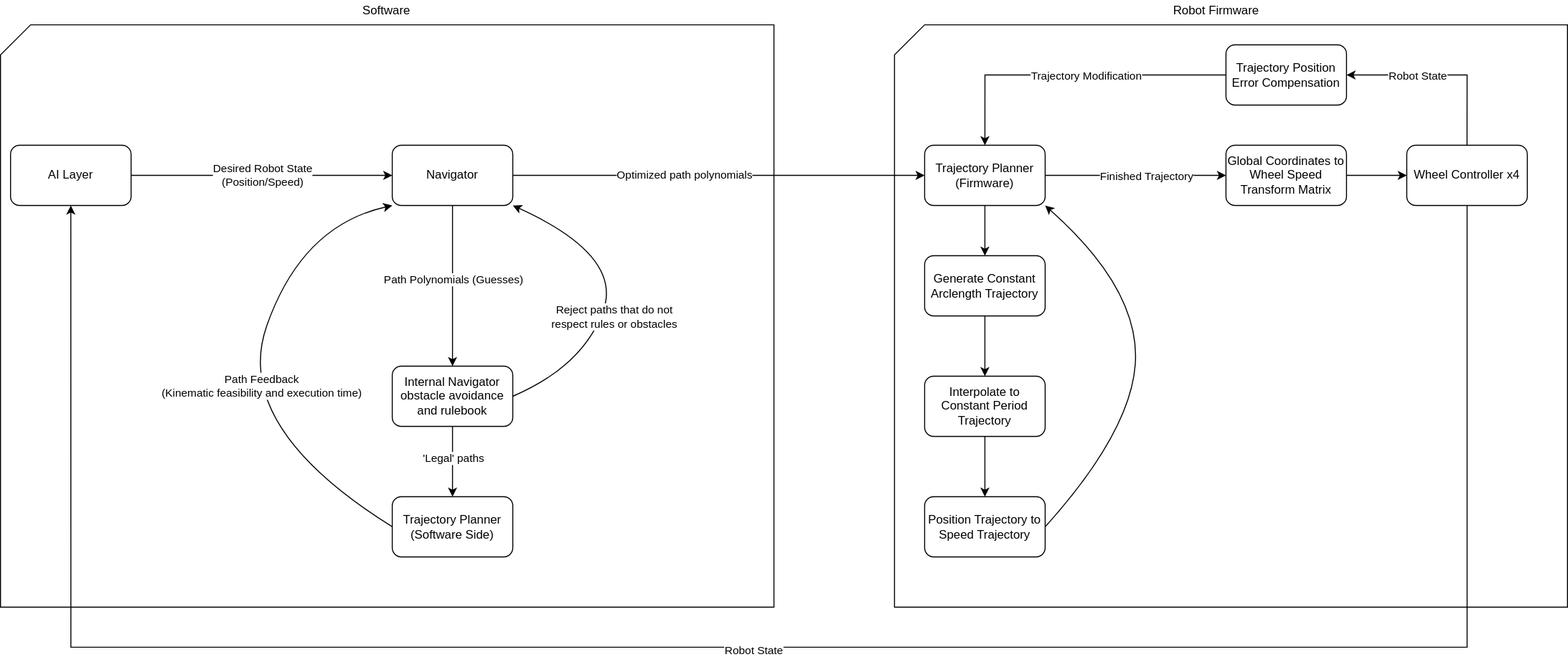
Earlier version of the draw.io export docs/images/ControlStock.svg (UBC-Thunderbots/Software). Source tidied: cells renumbered, new cells last; positions are measured from the earlier drawing's top-left corner, leaving out a move shared by most shapes.
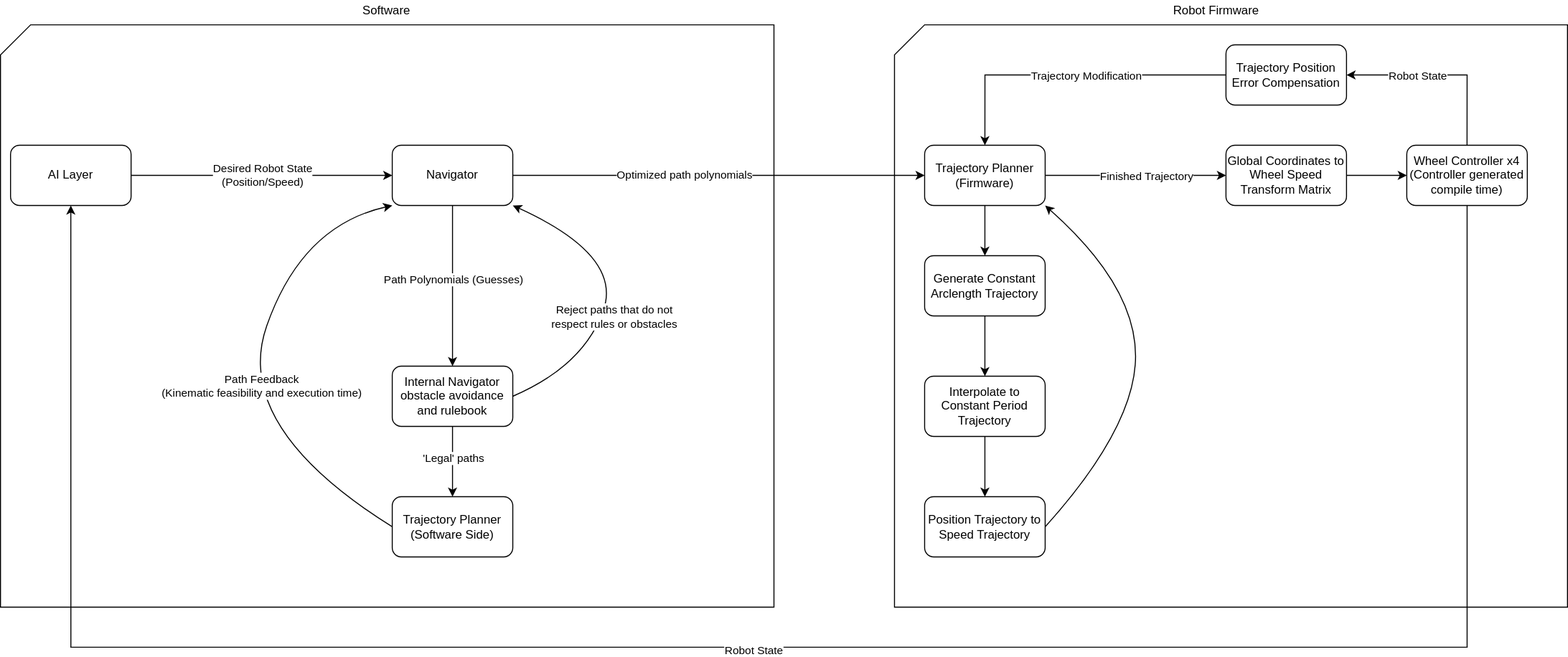
The same file after the commit.

Commit message:
Added controller generation comment

What changed in the source:
```diff
@@ -138,7 +138,7 @@
     <mxCell id="32" value="Robot State" style="edgeLabel;html=1;align=center;verticalAlign=middle;" parent="31" vertex="1">
       <mxGeometry x="0.01" y="2" relative="1" as="geometry" />
     </mxCell>
-    <mxCell id="33" value="Wheel Controller x4" style="rounded=1;whiteSpace=wrap;html=1;" parent="1" vertex="1">
+    <mxCell id="33" value="Wheel Controller x4&lt;br&gt;(Controller generated compile time)" style="rounded=1;whiteSpace=wrap;html=1;" parent="1" vertex="1">
       <mxGeometry x="1400" y="144" width="120" height="60" as="geometry" />
     </mxCell>
     <mxCell id="34" style="edgeStyle=orthogonalEdgeStyle;rounded=0;jettySize=auto;html=1;entryX=0;entryY=0.5;entryDx=0;entryDy=0;" parent="1" edge="1" source="35" target="33">
```
